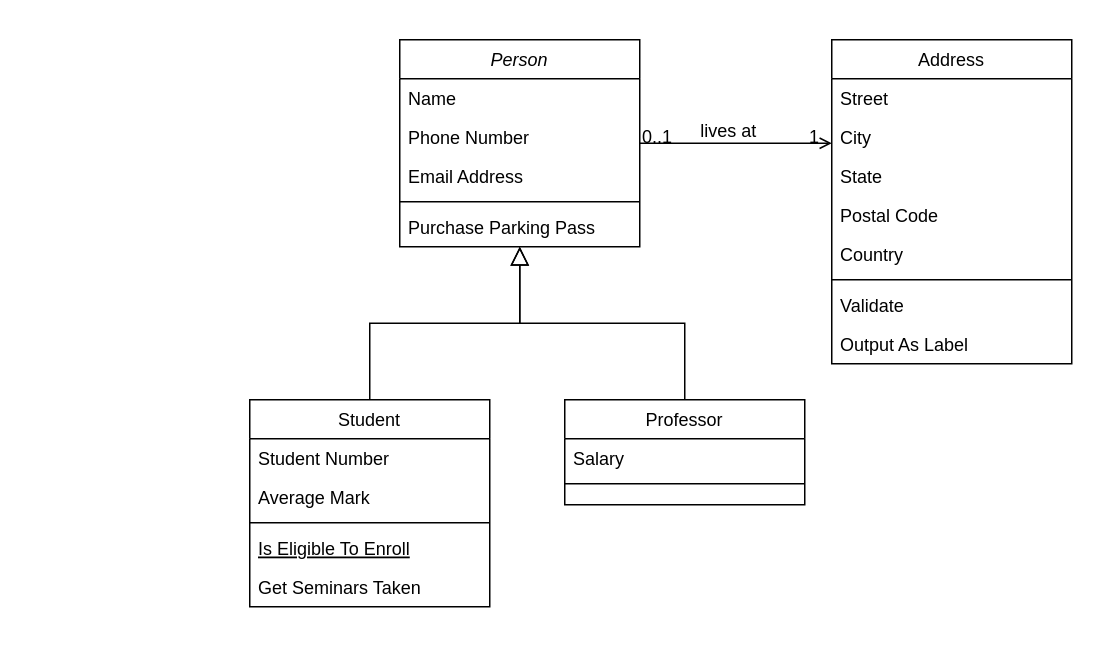
Before: Diagramme sans nom.drawio in christart-code/DAI-BD, a draw.io diagram. Source tidied: cells renumbered, new cells numbered last; positions are measured from the earlier drawing's top-left corner, leaving out a move shared by most shapes. Both pictures are drawn from the tidied source at 150%, with x=0, y=0 at pixel (249, 39).
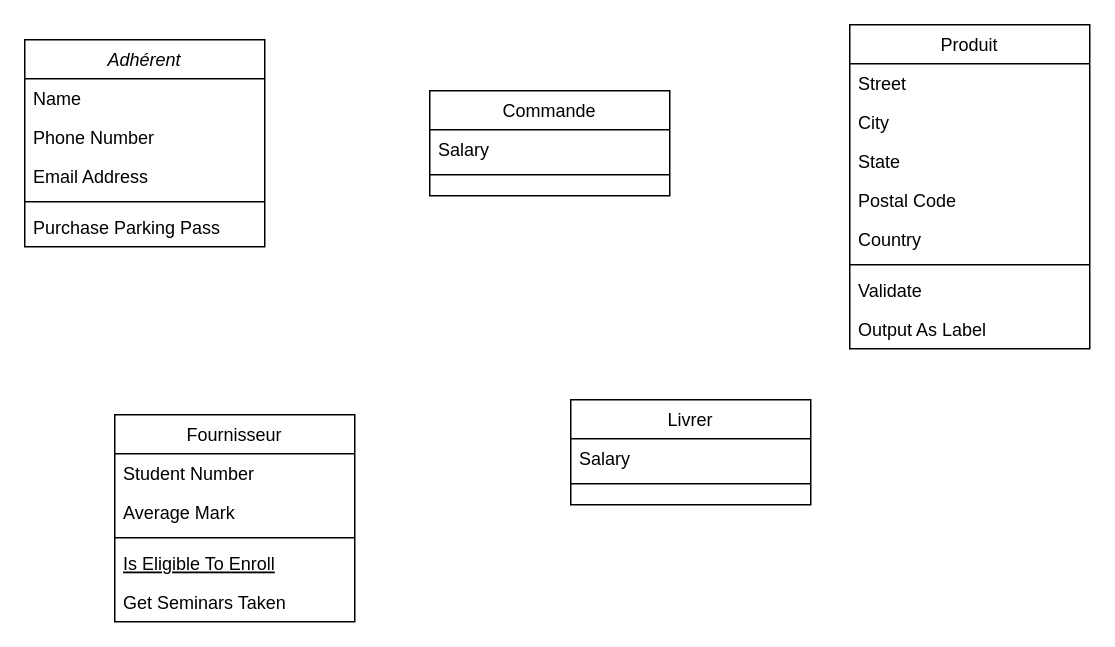
The same diagram, later.

Commit message:
Mettre à jour Diagramme sans nom.drawio

The edit, as a diff of the source:
```diff
@@
-    <mxCell id="2" value="Person" style="swimlane;fontStyle=2;align=center;verticalAlign=top;horizontal=1;startSize=26;rounded=0;shadow=0;strokeWidth=1;" parent="1" vertex="1">
-      <mxGeometry x="100" width="160" height="138" as="geometry" />
+    <mxCell id="2" value="Adhérent" style="swimlane;fontStyle=2;align=center;verticalAlign=top;horizontal=1;startSize=26;rounded=0;shadow=0;strokeWidth=1;" parent="1" vertex="1">
+      <mxGeometry x="-150" width="160" height="138" as="geometry" />
     </mxCell>
@@
-    <mxCell id="8" value="Student" style="swimlane;fontStyle=0;align=center;verticalAlign=top;horizontal=1;startSize=26;rounded=0;shadow=0;strokeWidth=1;" parent="1" vertex="1">
-      <mxGeometry y="240" width="160" height="138" as="geometry" />
+    <mxCell id="8" value="Fournisseur" style="swimlane;fontStyle=0;align=center;verticalAlign=top;horizontal=1;startSize=26;rounded=0;shadow=0;strokeWidth=1;" parent="1" vertex="1">
+      <mxGeometry x="-90" y="250" width="160" height="138" as="geometry" />
     </mxCell>
@@
-    <mxCell id="14" style="endArrow=block;endSize=10;endFill=0;shadow=0;strokeWidth=1;rounded=0;curved=0;edgeStyle=elbowEdgeStyle;elbow=vertical;" parent="1" edge="1" source="8" target="2">
-      <mxGeometry relative="1" as="geometry" />
-    </mxCell>
-    <mxCell id="15" value="Professor" style="swimlane;fontStyle=0;align=center;verticalAlign=top;horizontal=1;startSize=26;rounded=0;shadow=0;strokeWidth=1;" parent="1" vertex="1">
-      <mxGeometry x="210" y="240" width="160" height="70" as="geometry" />
+    <mxCell id="15" value="Livrer" style="swimlane;fontStyle=0;align=center;verticalAlign=top;horizontal=1;startSize=26;rounded=0;shadow=0;strokeWidth=1;" parent="1" vertex="1">
+      <mxGeometry x="214" y="240" width="160" height="70" as="geometry" />
     </mxCell>
@@
-    <mxCell id="18" style="endArrow=block;endSize=10;endFill=0;shadow=0;strokeWidth=1;rounded=0;curved=0;edgeStyle=elbowEdgeStyle;elbow=vertical;" parent="1" edge="1" source="15" target="2">
-      <mxGeometry relative="1" as="geometry" />
-    </mxCell>
-    <mxCell id="19" value="Address" style="swimlane;fontStyle=0;align=center;verticalAlign=top;horizontal=1;startSize=26;rounded=0;shadow=0;strokeWidth=1;" parent="1" vertex="1">
-      <mxGeometry x="388" width="160" height="216" as="geometry" />
+    <mxCell id="19" value="Produit" style="swimlane;fontStyle=0;align=center;verticalAlign=top;horizontal=1;startSize=26;rounded=0;shadow=0;strokeWidth=1;" parent="1" vertex="1">
+      <mxGeometry x="400" y="-10" width="160" height="216" as="geometry" />
     </mxCell>
@@
-    <mxCell id="28" style="endArrow=open;shadow=0;strokeWidth=1;rounded=0;curved=0;endFill=1;edgeStyle=elbowEdgeStyle;elbow=vertical;" parent="1" edge="1" source="2" target="19">
-      <mxGeometry x="0.5" y="41" relative="1" as="geometry">
-        <mxPoint x="-40" y="32" as="offset" />
-      </mxGeometry>
-    </mxCell>
-    <mxCell id="29" value="0..1" style="align=left;verticalAlign=bottom;labelBackgroundColor=none;fontSize=12;" parent="28" vertex="1">
-      <mxGeometry x="-1" relative="1" as="geometry">
-        <mxPoint y="4" as="offset" />
-      </mxGeometry>
-    </mxCell>
-    <mxCell id="30" value="1" style="align=right;verticalAlign=bottom;labelBackgroundColor=none;fontSize=12;" parent="28" vertex="1">
-      <mxGeometry x="1" relative="1" as="geometry">
-        <mxPoint x="-7" y="4" as="offset" />
-      </mxGeometry>
-    </mxCell>
-    <mxCell id="31" value="lives at" style="text;html=1;align=center;verticalAlign=middle;labelBackgroundColor=none;rounded=0;shadow=0;strokeWidth=1;fontSize=12;" parent="28" vertex="1">
-      <mxGeometry x="0.5" y="49" relative="1" as="geometry">
-        <mxPoint x="-38" y="40" as="offset" />
-      </mxGeometry>
-    </mxCell>
+    <mxCell id="32" value="Commande" style="swimlane;fontStyle=0;align=center;verticalAlign=top;horizontal=1;startSize=26;rounded=0;shadow=0;strokeWidth=1;" parent="1" vertex="1">
+      <mxGeometry x="120" y="34" width="160" height="70" as="geometry" />
+    </mxCell>
+    <mxCell id="33" value="Salary" style="text;align=left;verticalAlign=top;spacingLeft=4;spacingRight=4;overflow=hidden;" parent="32" vertex="1">
+      <mxGeometry y="26" width="160" height="26" as="geometry" />
+    </mxCell>
+    <mxCell id="34" style="line;html=1;strokeWidth=1;align=left;verticalAlign=middle;spacingTop=-1;spacingLeft=3;spacingRight=3;labelPosition=right;" parent="32" vertex="1">
+      <mxGeometry y="52" width="160" height="8" as="geometry" />
+    </mxCell>
```
